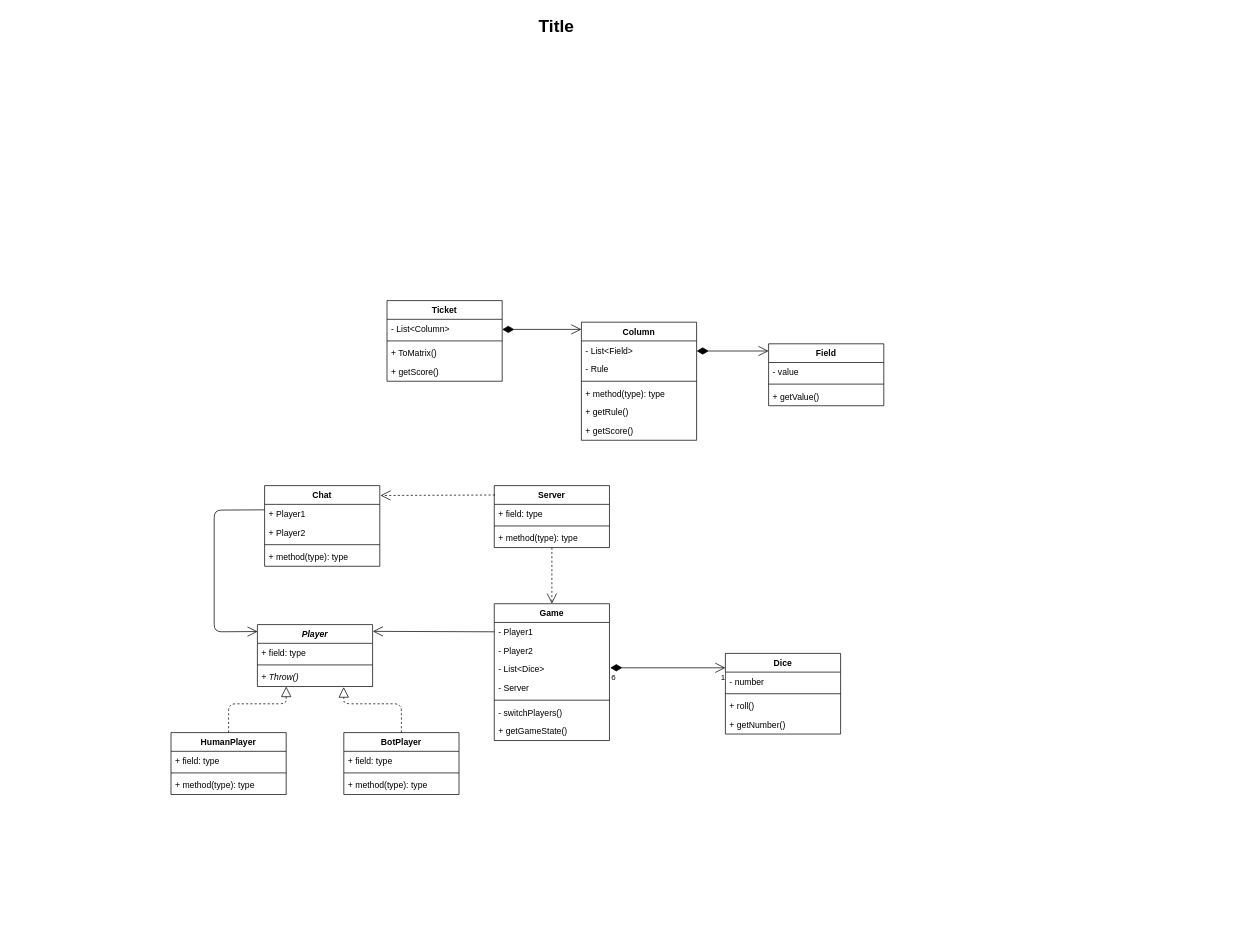
This is Untitled Diagram.drawio from dnestorovic/Yamb, a draw.io file, before an edit. Source tidied: cells renumbered, new cells numbered last; positions are measured from the earlier drawing's top-left corner, leaving out a move shared by most shapes. Both pictures are drawn from the tidied source at 72%, with x=0, y=0 at pixel (12, 12).
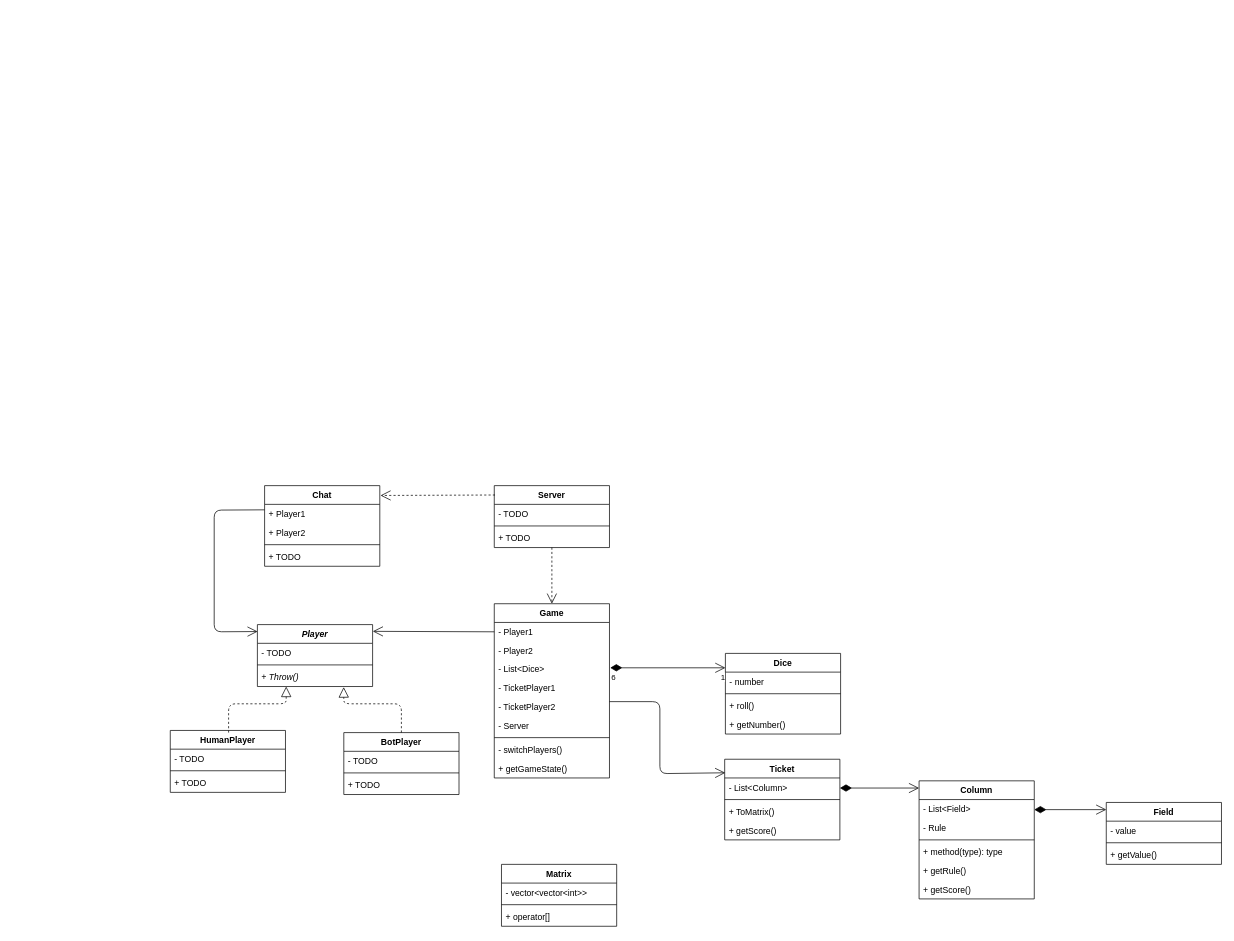
Above is the later version.

Unchanged cells that the change refers to:
```xml
<mxCell id="16" value="Server" style="swimlane;fontStyle=1;align=center;verticalAlign=top;horizontal=1;startSize=26;" parent="1" vertex="1">
  <mxGeometry x="669" y="657" width="160" height="86" as="geometry" />
</mxCell>
<mxCell id="36" value="Chat" style="swimlane;fontStyle=1;align=center;verticalAlign=top;horizontal=1;startSize=26;" parent="1" vertex="1">
  <mxGeometry x="350" y="657" width="160" height="112" as="geometry" />
</mxCell>
<mxCell id="45" value="BotPlayer" style="swimlane;fontStyle=1;align=center;verticalAlign=top;horizontal=1;startSize=26;" parent="1" vertex="1">
  <mxGeometry x="460" y="1000" width="160" height="86" as="geometry" />
</mxCell>
<mxCell id="49" value="Player" style="swimlane;fontStyle=3;align=center;verticalAlign=top;horizontal=1;startSize=26;" parent="1" vertex="1">
  <mxGeometry x="340" y="850" width="160" height="86" as="geometry" />
</mxCell>
```

Diff of the diagram source:
```diff
@@
-    <mxCell id="2" value="Title" style="text;strokeColor=none;fillColor=none;html=1;fontSize=24;fontStyle=1;verticalAlign=middle;align=center;" parent="1" vertex="1">
-      <mxGeometry width="1510" height="40" as="geometry" />
-    </mxCell>
     <mxCell id="3" value="Game" style="swimlane;fontStyle=1;align=center;verticalAlign=top;horizontal=1;startSize=26;" parent="1" vertex="1">
-      <mxGeometry x="669" y="821" width="160" height="190" as="geometry" />
+      <mxGeometry x="669" y="821" width="160" height="242" as="geometry" />
     </mxCell>
@@
+    <mxCell id="64" value="- TicketPlayer1" style="text;strokeColor=none;fillColor=none;align=left;verticalAlign=top;spacingLeft=4;spacingRight=4;overflow=hidden;" parent="3" vertex="1">
+      <mxGeometry y="104" width="160" height="26" as="geometry" />
+    </mxCell>
+    <mxCell id="65" value="- TicketPlayer2" style="text;strokeColor=none;fillColor=none;align=left;verticalAlign=top;spacingLeft=4;spacingRight=4;overflow=hidden;" parent="3" vertex="1">
+      <mxGeometry y="130" width="160" height="26" as="geometry" />
+    </mxCell>
     <mxCell id="7" value="- Server&#10;" style="text;strokeColor=none;fillColor=none;align=left;verticalAlign=top;spacingLeft=4;spacingRight=4;overflow=hidden;" parent="3" vertex="1">
-      <mxGeometry y="104" width="160" height="26" as="geometry" />
+      <mxGeometry y="156" width="160" height="26" as="geometry" />
     </mxCell>
     <mxCell id="8" style="line;strokeWidth=1;fillColor=none;align=left;verticalAlign=middle;spacingTop=-1;spacingLeft=3;spacingRight=3;labelPosition=right;" parent="3" vertex="1">
-      <mxGeometry y="130" width="160" height="8" as="geometry" />
+      <mxGeometry y="182" width="160" height="8" as="geometry" />
     </mxCell>
     <mxCell id="9" value="- switchPlayers()" style="text;strokeColor=none;fillColor=none;align=left;verticalAlign=top;spacingLeft=4;spacingRight=4;overflow=hidden;" parent="3" vertex="1">
-      <mxGeometry y="138" width="160" height="26" as="geometry" />
+      <mxGeometry y="190" width="160" height="26" as="geometry" />
     </mxCell>
     <mxCell id="10" value="+ getGameState()" style="text;strokeColor=none;fillColor=none;align=left;verticalAlign=top;spacingLeft=4;spacingRight=4;overflow=hidden;" parent="3" vertex="1">
-      <mxGeometry y="164" width="160" height="26" as="geometry" />
+      <mxGeometry y="216" width="160" height="26" as="geometry" />
     </mxCell>
@@
-    <mxCell id="17" value="+ field: type" style="text;strokeColor=none;fillColor=none;align=left;verticalAlign=top;spacingLeft=4;spacingRight=4;overflow=hidden;" parent="16" vertex="1">
+    <mxCell id="17" value="- TODO" style="text;strokeColor=none;fillColor=none;align=left;verticalAlign=top;spacingLeft=4;spacingRight=4;overflow=hidden;" parent="16" vertex="1">
       <mxGeometry y="26" width="160" height="26" as="geometry" />
     </mxCell>
@@
-    <mxCell id="19" value="+ method(type): type" style="text;strokeColor=none;fillColor=none;align=left;verticalAlign=top;spacingLeft=4;spacingRight=4;overflow=hidden;" parent="16" vertex="1">
+    <mxCell id="19" value="+ TODO" style="text;strokeColor=none;fillColor=none;align=left;verticalAlign=top;spacingLeft=4;spacingRight=4;overflow=hidden;" parent="16" vertex="1">
       <mxGeometry y="60" width="160" height="26" as="geometry" />
     </mxCell>
     <mxCell id="20" value="Ticket&#10;" style="swimlane;fontStyle=1;align=center;verticalAlign=top;horizontal=1;startSize=26;" parent="1" vertex="1">
-      <mxGeometry x="520" y="400" width="160" height="112" as="geometry" />
+      <mxGeometry x="989" y="1037" width="160" height="112" as="geometry" />
     </mxCell>
@@
     <mxCell id="25" value="Column&#10;" style="swimlane;fontStyle=1;align=center;verticalAlign=top;horizontal=1;startSize=26;" parent="1" vertex="1">
-      <mxGeometry x="790" y="430" width="160" height="164" as="geometry" />
+      <mxGeometry x="1259" y="1067" width="160" height="164" as="geometry" />
     </mxCell>
@@
     <mxCell id="32" value="Field" style="swimlane;fontStyle=1;align=center;verticalAlign=top;horizontal=1;startSize=26;" parent="1" vertex="1">
-      <mxGeometry x="1050" y="460" width="160" height="86" as="geometry" />
+      <mxGeometry x="1519" y="1097" width="160" height="86" as="geometry" />
     </mxCell>
@@
-    <mxCell id="40" value="+ method(type): type" style="text;strokeColor=none;fillColor=none;align=left;verticalAlign=top;spacingLeft=4;spacingRight=4;overflow=hidden;" parent="36" vertex="1">
+    <mxCell id="40" value="+ TODO" style="text;strokeColor=none;fillColor=none;align=left;verticalAlign=top;spacingLeft=4;spacingRight=4;overflow=hidden;" parent="36" vertex="1">
       <mxGeometry y="86" width="160" height="26" as="geometry" />
     </mxCell>
     <mxCell id="41" value="HumanPlayer" style="swimlane;fontStyle=1;align=center;verticalAlign=top;horizontal=1;startSize=26;" parent="1" vertex="1">
-      <mxGeometry x="220" y="1000" width="160" height="86" as="geometry" />
+      <mxGeometry x="219" y="997" width="160" height="86" as="geometry" />
     </mxCell>
-    <mxCell id="42" value="+ field: type" style="text;strokeColor=none;fillColor=none;align=left;verticalAlign=top;spacingLeft=4;spacingRight=4;overflow=hidden;" parent="41" vertex="1">
+    <mxCell id="42" value="- TODO" style="text;strokeColor=none;fillColor=none;align=left;verticalAlign=top;spacingLeft=4;spacingRight=4;overflow=hidden;" parent="41" vertex="1">
       <mxGeometry y="26" width="160" height="26" as="geometry" />
     </mxCell>
@@
-    <mxCell id="44" value="+ method(type): type" style="text;strokeColor=none;fillColor=none;align=left;verticalAlign=top;spacingLeft=4;spacingRight=4;overflow=hidden;" parent="41" vertex="1">
+    <mxCell id="44" value="+ TODO" style="text;strokeColor=none;fillColor=none;align=left;verticalAlign=top;spacingLeft=4;spacingRight=4;overflow=hidden;" parent="41" vertex="1">
       <mxGeometry y="60" width="160" height="26" as="geometry" />
     </mxCell>
@@
-    <mxCell id="46" value="+ field: type" style="text;strokeColor=none;fillColor=none;align=left;verticalAlign=top;spacingLeft=4;spacingRight=4;overflow=hidden;" parent="45" vertex="1">
+    <mxCell id="46" value="- TODO" style="text;strokeColor=none;fillColor=none;align=left;verticalAlign=top;spacingLeft=4;spacingRight=4;overflow=hidden;" parent="45" vertex="1">
       <mxGeometry y="26" width="160" height="26" as="geometry" />
     </mxCell>
@@
-    <mxCell id="48" value="+ method(type): type" style="text;strokeColor=none;fillColor=none;align=left;verticalAlign=top;spacingLeft=4;spacingRight=4;overflow=hidden;" parent="45" vertex="1">
+    <mxCell id="48" value="+ TODO" style="text;strokeColor=none;fillColor=none;align=left;verticalAlign=top;spacingLeft=4;spacingRight=4;overflow=hidden;" parent="45" vertex="1">
       <mxGeometry y="60" width="160" height="26" as="geometry" />
     </mxCell>
@@
-    <mxCell id="50" value="+ field: type" style="text;strokeColor=none;fillColor=none;align=left;verticalAlign=top;spacingLeft=4;spacingRight=4;overflow=hidden;" parent="49" vertex="1">
+    <mxCell id="50" value="- TODO" style="text;strokeColor=none;fillColor=none;align=left;verticalAlign=top;spacingLeft=4;spacingRight=4;overflow=hidden;" parent="49" vertex="1">
       <mxGeometry y="26" width="160" height="26" as="geometry" />
     </mxCell>
@@
     <mxCell id="62" style="endArrow=open;html=1;endSize=12;startArrow=diamondThin;startSize=14;startFill=1;edgeStyle=orthogonalEdgeStyle;strokeColor=#000000;" parent="1" edge="1">
       <mxGeometry relative="1" as="geometry">
-        <mxPoint x="680" y="440" as="sourcePoint" />
-        <mxPoint x="790" y="440" as="targetPoint" />
+        <mxPoint x="1149" y="1077" as="sourcePoint" />
+        <mxPoint x="1259" y="1077" as="targetPoint" />
       </mxGeometry>
     </mxCell>
     <mxCell id="63" style="endArrow=open;html=1;endSize=12;startArrow=diamondThin;startSize=14;startFill=1;edgeStyle=orthogonalEdgeStyle;strokeColor=#000000;" parent="1" edge="1">
       <mxGeometry relative="1" as="geometry">
-        <mxPoint x="950" y="470" as="sourcePoint" />
-        <mxPoint x="1050" y="470" as="targetPoint" />
+        <mxPoint x="1419" y="1107" as="sourcePoint" />
+        <mxPoint x="1519" y="1107" as="targetPoint" />
       </mxGeometry>
     </mxCell>
+    <mxCell id="66" style="endArrow=open;endFill=1;endSize=12;html=1;entryX=0.005;entryY=0.168;entryDx=0;entryDy=0;entryPerimeter=0;" parent="1" edge="1" target="20">
+      <mxGeometry relative="1" as="geometry">
+        <mxPoint x="829" y="957" as="sourcePoint" />
+        <Array as="points">
+          <mxPoint x="899" y="957" />
+          <mxPoint x="899" y="1057" />
+        </Array>
+      </mxGeometry>
+    </mxCell>
+    <mxCell id="67" value="Matrix" style="swimlane;fontStyle=1;align=center;verticalAlign=top;horizontal=1;startSize=26;" parent="1" vertex="1">
+      <mxGeometry x="679" y="1183" width="160" height="86" as="geometry" />
+    </mxCell>
+    <mxCell id="68" value="- vector&lt;vector&lt;int&gt;&gt;" style="text;strokeColor=none;fillColor=none;align=left;verticalAlign=top;spacingLeft=4;spacingRight=4;overflow=hidden;" parent="67" vertex="1">
+      <mxGeometry y="26" width="160" height="26" as="geometry" />
+    </mxCell>
+    <mxCell id="69" style="line;strokeWidth=1;fillColor=none;align=left;verticalAlign=middle;spacingTop=-1;spacingLeft=3;spacingRight=3;labelPosition=right;" parent="67" vertex="1">
+      <mxGeometry y="52" width="160" height="8" as="geometry" />
+    </mxCell>
+    <mxCell id="70" value="+ operator[]" style="text;strokeColor=none;fillColor=none;align=left;verticalAlign=top;spacingLeft=4;spacingRight=4;overflow=hidden;" parent="67" vertex="1">
+      <mxGeometry y="60" width="160" height="26" as="geometry" />
+    </mxCell>
```
